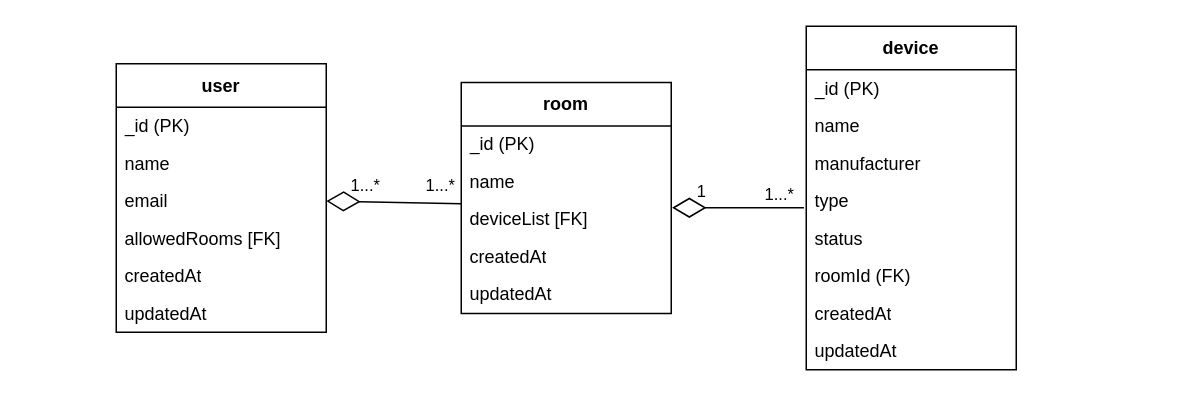
This is smart-home-diagram.drawio from manuelhier/DHBW_Portfolio_VertSysteme, a draw.io file, before an edit. Source tidied: cells renumbered, new cells numbered last; positions are measured from the earlier drawing's top-left corner, leaving out a move shared by most shapes. Both pictures are drawn from the tidied source at 150%, with x=0, y=0 at pixel (116, 26).
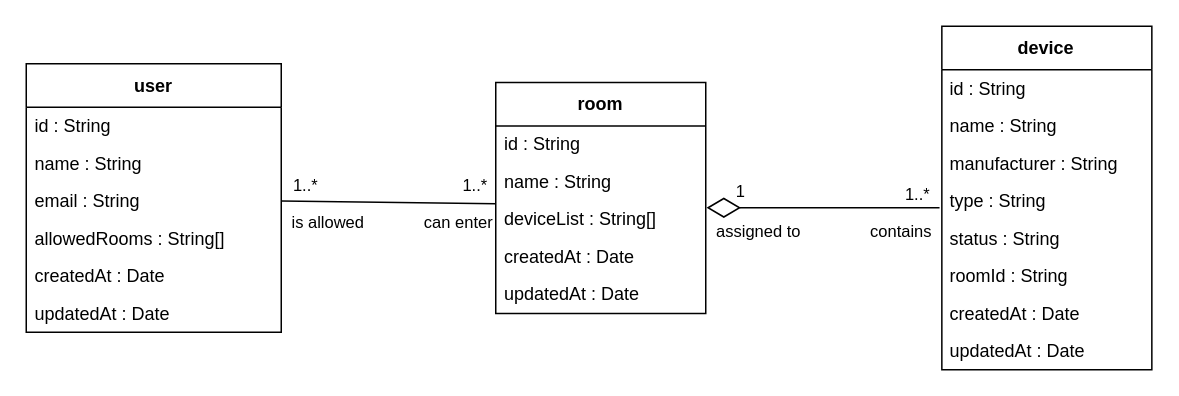
Above is the later version.

Commit message (it also covers changes not shown here):
Finalize diagram

Diff of the diagram source:
```diff
@@
-    <mxCell id="2" value="device" style="swimlane;fontStyle=1;align=center;verticalAlign=middle;horizontal=1;startSize=29;html=1;whiteSpace=wrap;" parent="1" vertex="1">
-      <mxGeometry x="460" width="140" height="229" as="geometry" />
+    <mxCell id="2" value="device" style="swimlane;fontStyle=1;align=center;verticalAlign=middle;horizontal=1;startSize=29;html=1;whiteSpace=wrap;fontColor=light-dark(#000000,#EDEDED);labelBackgroundColor=none;" parent="1" vertex="1">
+      <mxGeometry x="550.4" width="140" height="229" as="geometry" />
     </mxCell>
-    <mxCell id="3" value="_id (PK)" style="text;html=1;strokeColor=none;fillColor=none;align=left;verticalAlign=middle;spacingLeft=4;spacingRight=4;overflow=hidden;whiteSpace=wrap;" parent="2" vertex="1">
+    <mxCell id="3" value="id&lt;span style=&quot;&quot;&gt;&amp;nbsp;: String&lt;/span&gt;" style="text;html=1;strokeColor=none;fillColor=none;align=left;verticalAlign=middle;spacingLeft=4;spacingRight=4;overflow=hidden;whiteSpace=wrap;fontColor=light-dark(#000000,#EDEDED);labelBackgroundColor=none;" parent="2" vertex="1">
       <mxGeometry y="29" width="140" height="25" as="geometry" />
     </mxCell>
-    <mxCell id="4" value="name" style="text;html=1;strokeColor=none;fillColor=none;align=left;verticalAlign=middle;spacingLeft=4;spacingRight=4;overflow=hidden;whiteSpace=wrap;" parent="2" vertex="1">
+    <mxCell id="4" value="name&lt;span style=&quot;&quot;&gt;&amp;nbsp;: String&lt;/span&gt;" style="text;html=1;strokeColor=none;fillColor=none;align=left;verticalAlign=middle;spacingLeft=4;spacingRight=4;overflow=hidden;whiteSpace=wrap;fontColor=light-dark(#000000,#EDEDED);labelBackgroundColor=none;" parent="2" vertex="1">
       <mxGeometry y="54" width="140" height="25" as="geometry" />
     </mxCell>
-    <mxCell id="5" value="manufacturer" style="text;html=1;strokeColor=none;fillColor=none;align=left;verticalAlign=middle;spacingLeft=4;spacingRight=4;overflow=hidden;whiteSpace=wrap;" parent="2" vertex="1">
+    <mxCell id="5" value="manufacturer&lt;span style=&quot;&quot;&gt;&amp;nbsp;: String&lt;/span&gt;" style="text;html=1;strokeColor=none;fillColor=none;align=left;verticalAlign=middle;spacingLeft=4;spacingRight=4;overflow=hidden;whiteSpace=wrap;fontColor=light-dark(#000000,#EDEDED);labelBackgroundColor=none;" parent="2" vertex="1">
       <mxGeometry y="79" width="140" height="25" as="geometry" />
     </mxCell>
-    <mxCell id="6" value="type" style="text;html=1;strokeColor=none;fillColor=none;align=left;verticalAlign=middle;spacingLeft=4;spacingRight=4;overflow=hidden;points=[[0,0.5],[1,0.5]];portConstraint=eastwest;whiteSpace=wrap;" parent="2" vertex="1">
+    <mxCell id="6" value="type&lt;span style=&quot;&quot;&gt;&amp;nbsp;: String&lt;/span&gt;" style="text;html=1;strokeColor=none;fillColor=none;align=left;verticalAlign=middle;spacingLeft=4;spacingRight=4;overflow=hidden;points=[[0,0.5],[1,0.5]];portConstraint=eastwest;whiteSpace=wrap;fontColor=light-dark(#000000,#EDEDED);labelBackgroundColor=none;" parent="2" vertex="1">
       <mxGeometry y="104" width="140" height="25" as="geometry" />
     </mxCell>
-    <mxCell id="7" value="status" style="text;html=1;strokeColor=none;fillColor=none;align=left;verticalAlign=middle;spacingLeft=4;spacingRight=4;overflow=hidden;whiteSpace=wrap;" parent="2" vertex="1">
+    <mxCell id="7" value="status&lt;span style=&quot;&quot;&gt;&amp;nbsp;: String&lt;/span&gt;" style="text;html=1;strokeColor=none;fillColor=none;align=left;verticalAlign=middle;spacingLeft=4;spacingRight=4;overflow=hidden;whiteSpace=wrap;fontColor=light-dark(#000000,#EDEDED);labelBackgroundColor=none;" parent="2" vertex="1">
       <mxGeometry y="129" width="140" height="25" as="geometry" />
     </mxCell>
-    <mxCell id="8" value="roomId (FK)" style="text;html=1;strokeColor=none;fillColor=none;align=left;verticalAlign=middle;spacingLeft=4;spacingRight=4;overflow=hidden;whiteSpace=wrap;" parent="2" vertex="1">
+    <mxCell id="8" value="roomId&lt;span style=&quot;&quot;&gt;&amp;nbsp;: String&lt;/span&gt;" style="text;html=1;strokeColor=none;fillColor=none;align=left;verticalAlign=middle;spacingLeft=4;spacingRight=4;overflow=hidden;whiteSpace=wrap;fontColor=light-dark(#000000,#EDEDED);labelBackgroundColor=none;" parent="2" vertex="1">
       <mxGeometry y="154" width="140" height="25" as="geometry" />
     </mxCell>
-    <mxCell id="9" value="createdAt" style="text;html=1;strokeColor=none;fillColor=none;align=left;verticalAlign=middle;spacingLeft=4;spacingRight=4;overflow=hidden;whiteSpace=wrap;" parent="2" vertex="1">
+    <mxCell id="9" value="createdAt&lt;span style=&quot;&quot;&gt;&amp;nbsp;: Date&lt;/span&gt;" style="text;html=1;strokeColor=none;fillColor=none;align=left;verticalAlign=middle;spacingLeft=4;spacingRight=4;overflow=hidden;whiteSpace=wrap;fontColor=light-dark(#000000,#EDEDED);labelBackgroundColor=none;" parent="2" vertex="1">
       <mxGeometry y="179" width="140" height="25" as="geometry" />
     </mxCell>
-    <mxCell id="10" value="updatedAt" style="text;html=1;strokeColor=none;fillColor=none;align=left;verticalAlign=middle;spacingLeft=4;spacingRight=4;overflow=hidden;whiteSpace=wrap;" parent="2" vertex="1">
+    <mxCell id="10" value="updatedAt&lt;span style=&quot;&quot;&gt;&amp;nbsp;: Date&lt;/span&gt;" style="text;html=1;strokeColor=none;fillColor=none;align=left;verticalAlign=middle;spacingLeft=4;spacingRight=4;overflow=hidden;whiteSpace=wrap;fontColor=light-dark(#000000,#EDEDED);labelBackgroundColor=none;" parent="2" vertex="1">
       <mxGeometry y="204" width="140" height="25" as="geometry" />
     </mxCell>
-    <mxCell id="11" value="room" style="swimlane;fontStyle=1;align=center;verticalAlign=middle;horizontal=1;startSize=29;html=1;whiteSpace=wrap;" parent="1" vertex="1">
-      <mxGeometry x="230" y="37.5" width="140" height="154" as="geometry" />
+    <mxCell id="11" value="room" style="swimlane;fontStyle=1;align=center;verticalAlign=middle;horizontal=1;startSize=29;html=1;whiteSpace=wrap;fontColor=light-dark(#000000,#EDEDED);strokeColor=default;labelBackgroundColor=none;" parent="1" vertex="1">
+      <mxGeometry x="253" y="37.5" width="140" height="154" as="geometry" />
     </mxCell>
-    <mxCell id="12" value="_id (PK)" style="text;html=1;strokeColor=none;fillColor=none;align=left;verticalAlign=middle;spacingLeft=4;spacingRight=4;overflow=hidden;whiteSpace=wrap;" parent="11" vertex="1">
+    <mxCell id="12" value="id&lt;span style=&quot;&quot;&gt;&amp;nbsp;: String&lt;/span&gt;" style="text;html=1;strokeColor=none;fillColor=none;align=left;verticalAlign=middle;spacingLeft=4;spacingRight=4;overflow=hidden;whiteSpace=wrap;fontColor=light-dark(#000000,#EDEDED);labelBackgroundColor=none;" parent="11" vertex="1">
       <mxGeometry y="29" width="140" height="25" as="geometry" />
     </mxCell>
-    <mxCell id="13" value="name" style="text;html=1;strokeColor=none;fillColor=none;align=left;verticalAlign=middle;spacingLeft=4;spacingRight=4;overflow=hidden;whiteSpace=wrap;" parent="11" vertex="1">
+    <mxCell id="13" value="name&lt;span style=&quot;&quot;&gt;&amp;nbsp;: String&lt;/span&gt;" style="text;html=1;strokeColor=none;fillColor=none;align=left;verticalAlign=middle;spacingLeft=4;spacingRight=4;overflow=hidden;whiteSpace=wrap;fontColor=light-dark(#000000,#EDEDED);labelBackgroundColor=none;" parent="11" vertex="1">
       <mxGeometry y="54" width="140" height="25" as="geometry" />
     </mxCell>
-    <mxCell id="14" value="deviceList [FK]" style="text;html=1;strokeColor=none;fillColor=none;align=left;verticalAlign=middle;spacingLeft=4;spacingRight=4;overflow=hidden;points=[[0,0.5],[1,0.5]];portConstraint=eastwest;whiteSpace=wrap;" parent="11" vertex="1">
+    <mxCell id="14" value="deviceList&lt;span style=&quot;&quot;&gt;&amp;nbsp;: String[]&lt;/span&gt;" style="text;html=1;strokeColor=none;fillColor=none;align=left;verticalAlign=middle;spacingLeft=4;spacingRight=4;overflow=hidden;points=[[0,0.5],[1,0.5]];portConstraint=eastwest;whiteSpace=wrap;fontColor=light-dark(#000000,#EDEDED);labelBackgroundColor=none;" parent="11" vertex="1">
       <mxGeometry y="79" width="140" height="25" as="geometry" />
     </mxCell>
-    <mxCell id="15" value="createdAt" style="text;html=1;strokeColor=none;fillColor=none;align=left;verticalAlign=middle;spacingLeft=4;spacingRight=4;overflow=hidden;whiteSpace=wrap;" parent="11" vertex="1">
+    <mxCell id="15" value="createdAt&lt;span style=&quot;&quot;&gt;&amp;nbsp;: Date&lt;/span&gt;" style="text;html=1;strokeColor=none;fillColor=none;align=left;verticalAlign=middle;spacingLeft=4;spacingRight=4;overflow=hidden;whiteSpace=wrap;fontColor=light-dark(#000000,#EDEDED);labelBackgroundColor=none;" parent="11" vertex="1">
       <mxGeometry y="104" width="140" height="25" as="geometry" />
     </mxCell>
-    <mxCell id="16" value="updatedAt" style="text;html=1;strokeColor=none;fillColor=none;align=left;verticalAlign=middle;spacingLeft=4;spacingRight=4;overflow=hidden;whiteSpace=wrap;" parent="11" vertex="1">
+    <mxCell id="16" value="updatedAt&lt;span style=&quot;&quot;&gt;&amp;nbsp;: Date&lt;/span&gt;" style="text;html=1;strokeColor=none;fillColor=none;align=left;verticalAlign=middle;spacingLeft=4;spacingRight=4;overflow=hidden;whiteSpace=wrap;fontColor=light-dark(#000000,#EDEDED);labelBackgroundColor=none;" parent="11" vertex="1">
       <mxGeometry y="129" width="140" height="25" as="geometry" />
     </mxCell>
-    <mxCell id="17" value="user" style="swimlane;fontStyle=1;align=center;verticalAlign=middle;horizontal=1;startSize=29;html=1;whiteSpace=wrap;" parent="1" vertex="1">
-      <mxGeometry y="25" width="140" height="179" as="geometry" />
+    <mxCell id="17" value="user" style="swimlane;fontStyle=1;align=center;verticalAlign=middle;horizontal=1;startSize=29;html=1;whiteSpace=wrap;fontColor=light-dark(#000000,#EDEDED);strokeColor=#000000;labelBackgroundColor=none;" parent="1" vertex="1">
+      <mxGeometry x="-60" y="25" width="170" height="179" as="geometry" />
     </mxCell>
-    <mxCell id="18" value="_&lt;span style=&quot;background-color: transparent;&quot;&gt;id (PK)&lt;/span&gt;" style="text;html=1;strokeColor=none;fillColor=none;align=left;verticalAlign=middle;spacingLeft=4;spacingRight=4;overflow=hidden;whiteSpace=wrap;" parent="17" vertex="1">
-      <mxGeometry y="29" width="140" height="25" as="geometry" />
-    </mxCell>
+    <mxCell id="30" value="id&lt;span style=&quot;&quot;&gt;&amp;nbsp;: String&lt;/span&gt;" style="text;html=1;strokeColor=none;fillColor=none;align=left;verticalAlign=middle;spacingLeft=4;spacingRight=4;overflow=hidden;whiteSpace=wrap;fontColor=light-dark(#000000,#EDEDED);labelBackgroundColor=none;" parent="17" vertex="1">
+      <mxGeometry y="29" width="170" height="25" as="geometry" />
+    </mxCell>
-    <mxCell id="19" value="name" style="text;html=1;strokeColor=none;fillColor=none;align=left;verticalAlign=middle;spacingLeft=4;spacingRight=4;overflow=hidden;whiteSpace=wrap;" parent="17" vertex="1">
-      <mxGeometry y="54" width="140" height="25" as="geometry" />
+    <mxCell id="19" value="name&lt;span style=&quot;&quot;&gt;&amp;nbsp;: String&lt;/span&gt;" style="text;html=1;strokeColor=none;fillColor=none;align=left;verticalAlign=middle;spacingLeft=4;spacingRight=4;overflow=hidden;whiteSpace=wrap;fontColor=light-dark(#000000,#EDEDED);labelBackgroundColor=none;" parent="17" vertex="1">
+      <mxGeometry y="54" width="170" height="25" as="geometry" />
     </mxCell>
-    <mxCell id="20" value="email" style="text;html=1;strokeColor=none;fillColor=none;align=left;verticalAlign=middle;spacingLeft=4;spacingRight=4;overflow=hidden;points=[[0,0.5],[1,0.5]];portConstraint=eastwest;whiteSpace=wrap;" parent="17" vertex="1">
-      <mxGeometry y="79" width="140" height="25" as="geometry" />
+    <mxCell id="20" value="email&lt;span style=&quot;&quot;&gt;&amp;nbsp;: String&lt;/span&gt;" style="text;html=1;strokeColor=none;fillColor=none;align=left;verticalAlign=middle;spacingLeft=4;spacingRight=4;overflow=hidden;points=[[0,0.5],[1,0.5]];portConstraint=eastwest;whiteSpace=wrap;fontColor=light-dark(#000000,#EDEDED);labelBackgroundColor=none;" parent="17" vertex="1">
+      <mxGeometry y="79" width="170" height="25" as="geometry" />
     </mxCell>
-    <mxCell id="21" value="allowedRooms [FK]" style="text;html=1;strokeColor=none;fillColor=none;align=left;verticalAlign=middle;spacingLeft=4;spacingRight=4;overflow=hidden;whiteSpace=wrap;" parent="17" vertex="1">
-      <mxGeometry y="104" width="140" height="25" as="geometry" />
+    <mxCell id="21" value="allowedRooms&lt;span style=&quot;&quot;&gt;&amp;nbsp;: String[]&amp;nbsp;&lt;/span&gt;" style="text;html=1;strokeColor=none;fillColor=none;align=left;verticalAlign=middle;spacingLeft=4;spacingRight=4;overflow=hidden;whiteSpace=wrap;fontColor=light-dark(#000000,#EDEDED);labelBackgroundColor=none;" parent="17" vertex="1">
+      <mxGeometry y="104" width="170" height="25" as="geometry" />
     </mxCell>
-    <mxCell id="22" value="createdAt" style="text;html=1;strokeColor=none;fillColor=none;align=left;verticalAlign=middle;spacingLeft=4;spacingRight=4;overflow=hidden;whiteSpace=wrap;" parent="17" vertex="1">
-      <mxGeometry y="129" width="140" height="25" as="geometry" />
+    <mxCell id="22" value="createdAt&lt;span style=&quot;&quot;&gt;&amp;nbsp;: Date&lt;/span&gt;" style="text;html=1;strokeColor=none;fillColor=none;align=left;verticalAlign=middle;spacingLeft=4;spacingRight=4;overflow=hidden;whiteSpace=wrap;fontColor=light-dark(#000000,#EDEDED);labelBackgroundColor=none;" parent="17" vertex="1">
+      <mxGeometry y="129" width="170" height="25" as="geometry" />
     </mxCell>
-    <mxCell id="23" value="updatedAt" style="text;html=1;strokeColor=none;fillColor=none;align=left;verticalAlign=middle;spacingLeft=4;spacingRight=4;overflow=hidden;whiteSpace=wrap;" parent="17" vertex="1">
-      <mxGeometry y="154" width="140" height="25" as="geometry" />
+    <mxCell id="23" value="updatedAt&lt;span style=&quot;&quot;&gt;&amp;nbsp;: Date&lt;/span&gt;" style="text;html=1;strokeColor=none;fillColor=none;align=left;verticalAlign=middle;spacingLeft=4;spacingRight=4;overflow=hidden;whiteSpace=wrap;fontColor=light-dark(#000000,#EDEDED);labelBackgroundColor=none;" parent="17" vertex="1">
+      <mxGeometry y="154" width="170" height="25" as="geometry" />
     </mxCell>
-    <mxCell id="24" style="edgeStyle=none;html=1;entryX=1.004;entryY=0.18;entryDx=0;entryDy=0;entryPerimeter=0;endArrow=diamondThin;endFill=0;exitX=-0.011;exitY=0.68;exitDx=0;exitDy=0;exitPerimeter=0;endSize=20;" parent="1" edge="1" source="6" target="14">
+    <mxCell id="24" style="edgeStyle=none;html=1;entryX=1.004;entryY=0.18;entryDx=0;entryDy=0;entryPerimeter=0;endArrow=diamondThin;endFill=0;exitX=-0.011;exitY=0.68;exitDx=0;exitDy=0;exitPerimeter=0;endSize=20;fontColor=light-dark(#000000,#EDEDED);labelBackgroundColor=none;" parent="1" edge="1" source="6" target="14">
       <mxGeometry relative="1" as="geometry" />
     </mxCell>
-    <mxCell id="25" value="1" style="edgeLabel;html=1;align=center;verticalAlign=middle;" parent="24" vertex="1">
+    <mxCell id="25" value="1" style="edgeLabel;html=1;align=center;verticalAlign=middle;fontColor=light-dark(#000000,#EDEDED);labelBackgroundColor=none;" parent="24" vertex="1">
       <mxGeometry x="0.71" y="-4" relative="1" as="geometry">
-        <mxPoint x="6" y="-8" as="offset" />
+        <mxPoint y="-8" as="offset" />
       </mxGeometry>
     </mxCell>
-    <mxCell id="26" value="1...*" style="edgeLabel;html=1;align=center;verticalAlign=middle;" parent="24" vertex="1">
+    <mxCell id="26" value="1..*" style="edgeLabel;html=1;align=center;verticalAlign=middle;fontColor=light-dark(#000000,#EDEDED);labelBackgroundColor=none;" parent="24" vertex="1">
       <mxGeometry x="-0.84" y="-2" relative="1" as="geometry">
-        <mxPoint x="-10" y="-8" as="offset" />
+        <mxPoint x="-3" y="-8" as="offset" />
       </mxGeometry>
     </mxCell>
+    <mxCell id="31" value="assigned to" style="edgeLabel;html=1;align=center;verticalAlign=middle;fontColor=light-dark(#000000,#EDEDED);labelBackgroundColor=none;" parent="24" vertex="1">
+      <mxGeometry x="0.61" y="3" relative="1" as="geometry">
+        <mxPoint x="4" y="12" as="offset" />
+      </mxGeometry>
+    </mxCell>
+    <mxCell id="32" value="contains" style="edgeLabel;html=1;align=center;verticalAlign=middle;fontColor=light-dark(#000000,#EDEDED);labelBackgroundColor=none;" parent="24" vertex="1">
+      <mxGeometry x="-0.43" y="-1" relative="1" as="geometry">
+        <mxPoint x="18" y="16" as="offset" />
+      </mxGeometry>
+    </mxCell>
-    <mxCell id="27" style="edgeStyle=none;html=1;exitX=0.001;exitY=0.073;exitDx=0;exitDy=0;exitPerimeter=0;entryX=1;entryY=0.5;entryDx=0;entryDy=0;endArrow=diamondThin;endFill=0;endSize=20;" parent="1" edge="1" source="14" target="20">
+    <mxCell id="27" style="edgeStyle=none;html=1;exitX=0.001;exitY=0.073;exitDx=0;exitDy=0;exitPerimeter=0;entryX=1;entryY=0.5;entryDx=0;entryDy=0;endArrow=none;endFill=0;endSize=20;fontColor=light-dark(#000000,#EDEDED);labelBackgroundColor=none;" parent="1" edge="1" source="14" target="20">
       <mxGeometry relative="1" as="geometry" />
     </mxCell>
-    <mxCell id="28" value="1...*" style="edgeLabel;html=1;align=center;verticalAlign=middle;" parent="27" vertex="1">
+    <mxCell id="28" value="1..*" style="edgeLabel;html=1;align=center;verticalAlign=middle;fontColor=light-dark(#000000,#EDEDED);labelBackgroundColor=none;" parent="27" vertex="1">
       <mxGeometry x="0.36" y="-1" relative="1" as="geometry">
-        <mxPoint x="-4" y="-11" as="offset" />
+        <mxPoint x="-31" y="-11" as="offset" />
       </mxGeometry>
     </mxCell>
-    <mxCell id="29" value="1...*" style="edgeLabel;html=1;align=center;verticalAlign=middle;" parent="27" vertex="1">
+    <mxCell id="29" value="1..*" style="edgeLabel;html=1;align=center;verticalAlign=middle;fontColor=light-dark(#000000,#EDEDED);labelBackgroundColor=none;" parent="27" vertex="1">
       <mxGeometry x="-0.78" y="1" relative="1" as="geometry">
-        <mxPoint x="-5" y="-14" as="offset" />
+        <mxPoint x="1" y="-14" as="offset" />
       </mxGeometry>
     </mxCell>
+    <mxCell id="33" value="can enter" style="edgeLabel;html=1;align=center;verticalAlign=middle;fontColor=light-dark(#000000,#EDEDED);labelBackgroundColor=none;" parent="27" vertex="1">
+      <mxGeometry x="-0.69" relative="1" as="geometry">
+        <mxPoint x="-4" y="12" as="offset" />
+      </mxGeometry>
+    </mxCell>
+    <mxCell id="34" value="is allowed" style="edgeLabel;html=1;align=center;verticalAlign=middle;fontColor=light-dark(#000000,#EDEDED);labelBackgroundColor=none;" parent="1" vertex="1">
+      <mxGeometry x="140" y="130" as="geometry" />
+    </mxCell>
```
